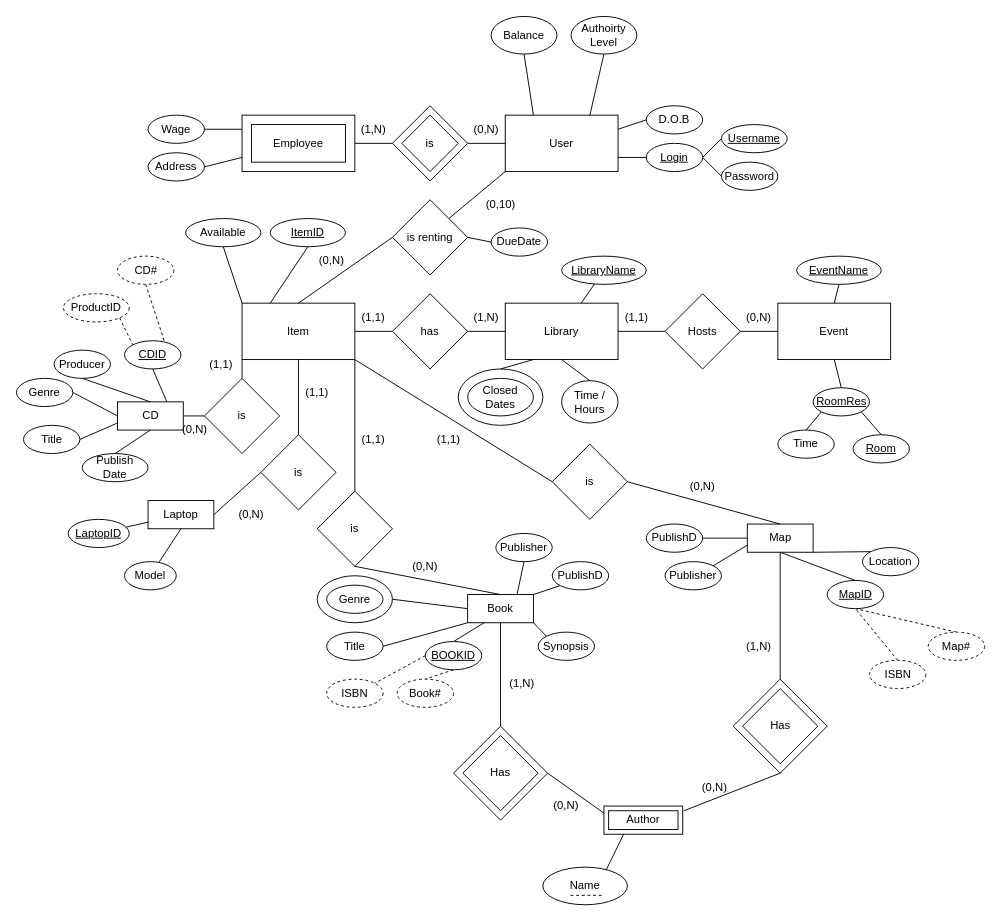
Before: docs/ER_Diagram.drawio in NoahC77/cs4347-library-project, a draw.io diagram. Source tidied: cells renumbered, new cells numbered last; positions are measured from the earlier drawing's top-left corner, leaving out a move shared by most shapes. Both pictures are drawn from the tidied source at 94%, with x=0, y=0 at pixel (16, 16).
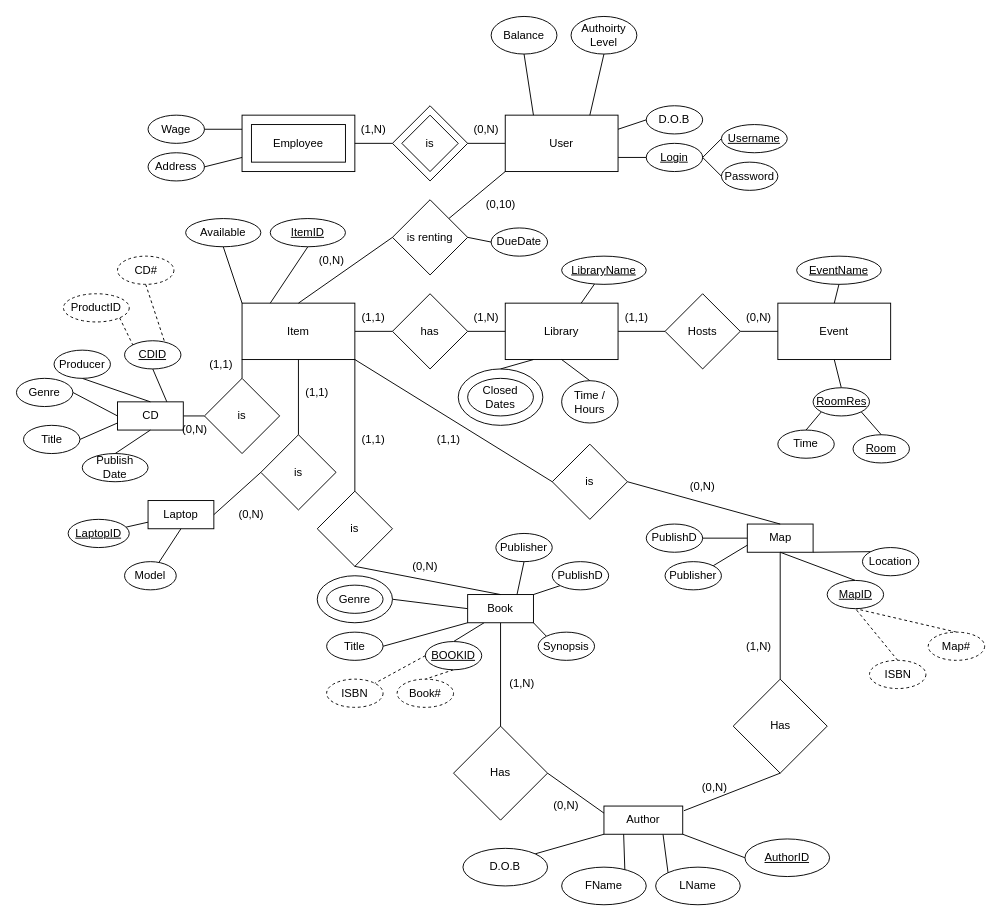
After the change.

Diff of the diagram source:
```diff
@@
-    <mxCell id="5" style="rhombus;whiteSpace=wrap;html=1;" parent="1" vertex="1">
+    <mxCell id="5" value="Has" style="rhombus;whiteSpace=wrap;html=1;" parent="1" vertex="1">
       <mxGeometry x="762.5" y="705" width="100" height="100" as="geometry" />
     </mxCell>
+    <mxCell id="154" style="edgeStyle=none;html=1;entryX=0;entryY=0;entryDx=0;entryDy=0;endArrow=none;endFill=0;exitX=0.75;exitY=1;exitDx=0;exitDy=0;" parent="1" edge="1" source="6" target="158">
+      <mxGeometry relative="1" as="geometry" />
+    </mxCell>
+    <mxCell id="155" style="edgeStyle=none;html=1;entryX=0;entryY=0.5;entryDx=0;entryDy=0;endArrow=none;endFill=0;exitX=1;exitY=1;exitDx=0;exitDy=0;" parent="1" edge="1" source="6" target="159">
+      <mxGeometry relative="1" as="geometry" />
+    </mxCell>
-    <mxCell id="6" style="rounded=0;whiteSpace=wrap;html=1;" parent="1" vertex="1">
+    <mxCell id="6" value="Author" style="rounded=0;whiteSpace=wrap;html=1;" parent="1" vertex="1">
       <mxGeometry x="625" y="840" width="83.8" height="30" as="geometry" />
     </mxCell>
-    <mxCell id="7" style="rhombus;whiteSpace=wrap;html=1;" parent="1" vertex="1">
+    <mxCell id="7" value="Has" style="rhombus;whiteSpace=wrap;html=1;" parent="1" vertex="1">
       <mxGeometry x="465" y="755" width="100" height="100" as="geometry" />
     </mxCell>
@@
-    <mxCell id="137" value="Name" style="ellipse;whiteSpace=wrap;html=1;" parent="1" vertex="1">
-      <mxGeometry x="560" y="905" width="90" height="40" as="geometry" />
+    <mxCell id="137" value="FName" style="ellipse;whiteSpace=wrap;html=1;" parent="1" vertex="1">
+      <mxGeometry x="580" y="905" width="90" height="40" as="geometry" />
     </mxCell>
-    <mxCell id="138" value="Has" style="rhombus;whiteSpace=wrap;html=1;" parent="1" vertex="1">
-      <mxGeometry x="475" y="765" width="80" height="80" as="geometry" />
-    </mxCell>
-    <mxCell id="139" value="Has" style="rhombus;whiteSpace=wrap;html=1;" parent="1" vertex="1">
-      <mxGeometry x="772.5" y="715" width="80" height="80" as="geometry" />
-    </mxCell>
@@
-    <mxCell id="141" value="Author" style="rounded=0;whiteSpace=wrap;html=1;" parent="1" vertex="1">
-      <mxGeometry x="630" y="845" width="73.8" height="20" as="geometry" />
-    </mxCell>
@@
-    <mxCell id="148" style="edgeStyle=none;html=1;endArrow=none;endFill=0;dashed=1;" parent="1" edge="1">
-      <mxGeometry relative="1" as="geometry">
-        <mxPoint x="622.5" y="935" as="sourcePoint" />
-        <mxPoint x="587.5" y="935" as="targetPoint" />
-      </mxGeometry>
-    </mxCell>
@@
+    <mxCell id="156" style="edgeStyle=none;html=1;exitX=1;exitY=0;exitDx=0;exitDy=0;entryX=0;entryY=1;entryDx=0;entryDy=0;endArrow=none;endFill=0;" parent="1" edge="1" source="157" target="6">
+      <mxGeometry relative="1" as="geometry" />
+    </mxCell>
+    <mxCell id="157" value="D.O.B" style="ellipse;whiteSpace=wrap;html=1;" parent="1" vertex="1">
+      <mxGeometry x="475" y="885" width="90" height="40" as="geometry" />
+    </mxCell>
+    <mxCell id="158" value="LName" style="ellipse;whiteSpace=wrap;html=1;" parent="1" vertex="1">
+      <mxGeometry x="680" y="905" width="90" height="40" as="geometry" />
+    </mxCell>
+    <mxCell id="159" value="&lt;u&gt;AuthorID&lt;/u&gt;" style="ellipse;whiteSpace=wrap;html=1;" parent="1" vertex="1">
+      <mxGeometry x="775" y="875" width="90" height="40" as="geometry" />
+    </mxCell>
```
